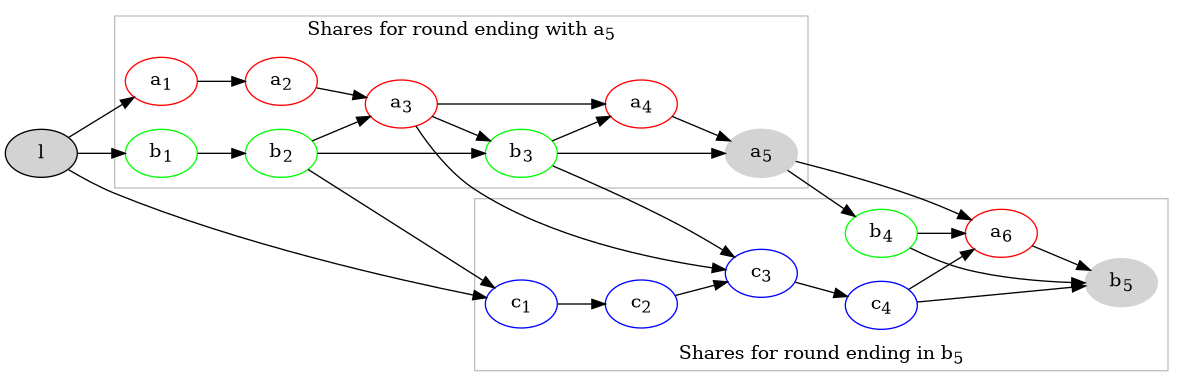
Above: proposal/figures/reward-calculation.png in braidpool/braidpool (Graphviz), before the change. Its source is kept beside it as proposal/figures/reward-calculation.dot.
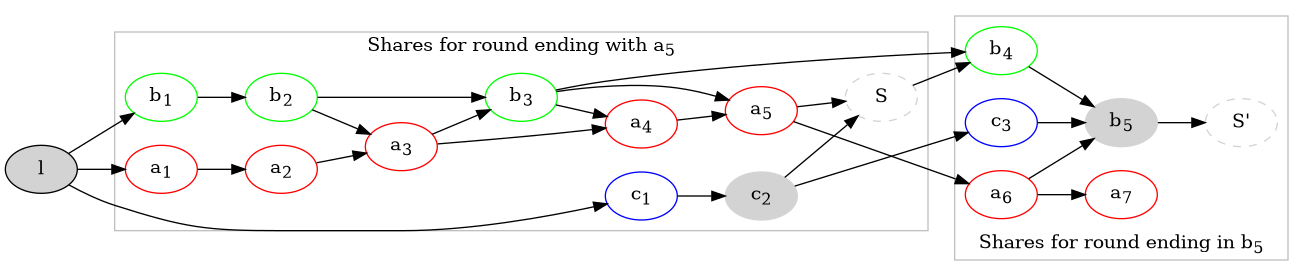
The same file after the commit.

Change to the diagram source:
```diff
@@ -5,8 +5,11 @@
     a2 [label=<a<sub>2</sub>>, color=red]
     a3 [label=<a<sub>3</sub>>, color=red]
     a4 [label=<a<sub>4</sub>>, color=red]
-    a5 [style=filled, label=<a<sub>5</sub>>, color=lightgrey]
+    a5 [label=<a<sub>5</sub>>, color=red]
+    sentinel [style=dashed, label=<S>, color=lightgrey]
+    sentinel2 [style=dashed, label=<S'>, color=lightgrey]
     a6 [label=<a<sub>6</sub>>, color=red]
+    a7 [label=<a<sub>7</sub>>, color=red]
 
     b1 [label=<b<sub>1</sub>>, color=green]
     b2 [label=<b<sub>2</sub>>, color=green]
@@ -15,9 +18,8 @@
     b5 [style=filled, label=<b<sub>5</sub>>, color=lightgrey]
 
     c1 [label=<c<sub>1</sub>>, color=blue]
-    c2 [label=<c<sub>2</sub>>, color=blue]
+    c2 [style=filled, label=<c<sub>2</sub>>, color=lightgrey]
     c3 [label=<c<sub>3</sub>>, color=blue]
-    c4 [label=<c<sub>4</sub>>, color=blue]
 
     l [style=filled]
 
@@ -26,31 +28,26 @@
     l -> c1
 
     subgraph cluster_1 {
-        a1 -> a2 -> a3 -> a4 -> a5
+        a1 -> a2 -> a3 -> a4 -> a5 -> sentinel
         a3 -> b3
         b1 -> b2 -> b3 -> a5
+        c1 -> c2 -> sentinel
         color=grey
         label=<Shares for round ending with a<sub>5</sub>>
     }
 
-
-    c4 -> b5
-    c4 -> a6
-    a3 -> c3
     b2 -> a3
-    b2 -> c1
     b3 -> a4
-    b3 -> c3
+    sentinel -> b4
 
     subgraph cluster_2 {
         color=grey
         label=<Shares for round ending in b<sub>5</sub>>
         labelloc="b"
-        c1 -> c2 -> c3 -> c4
-        a5 -> b4
-        a5 -> a6
+        b3 -> b4 -> b5 -> sentinel2
+        c2 -> c3
+        a5 -> a6 -> a7
+        c3 -> b5
         a6 -> b5
-        b4 -> b5
-        b4 -> a6
     }
 }
```
